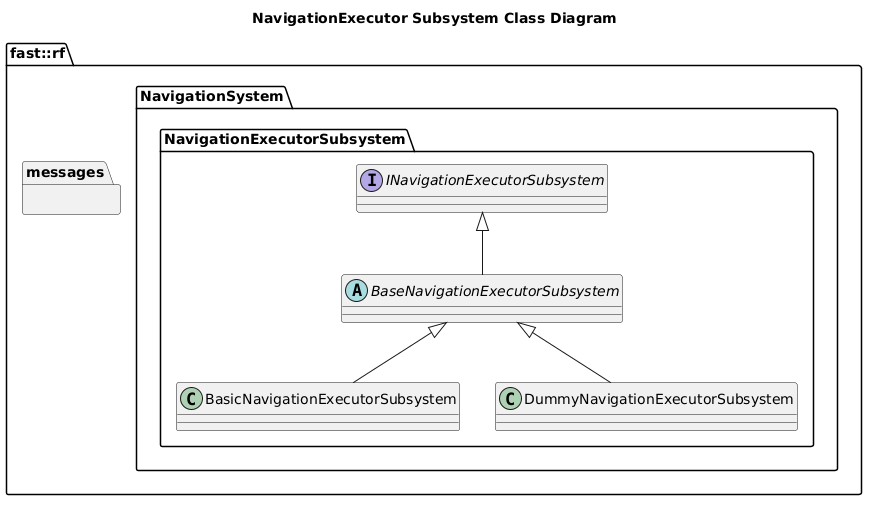
The PlantUML diagram Systems/Navigation/Subsystems/NavigationExecutor/doc/puml/NavigationExecutorSubsystemClassDiagram.png in fastrobotics/robot_framework, before a commit. Source of this version:
```plantuml
@startuml
title NavigationExecutor Subsystem Class Diagram
namespace fast::rf {
  namespace messages {
  }
  namespace NavigationSystem {
    namespace NavigationExecutorSubsystem {
      interface INavigationExecutorSubsystem {

      }
      abstract BaseNavigationExecutorSubsystem {

      }
      BaseNavigationExecutorSubsystem -up-|> INavigationExecutorSubsystem
      class BasicNavigationExecutorSubsystem {
      }
      BasicNavigationExecutorSubsystem -up-|> BaseNavigationExecutorSubsystem
      class DummyNavigationExecutorSubsystem {
      }
      DummyNavigationExecutorSubsystem -up-|> BaseNavigationExecutorSubsystem
    }
  }
}
@enduml
```
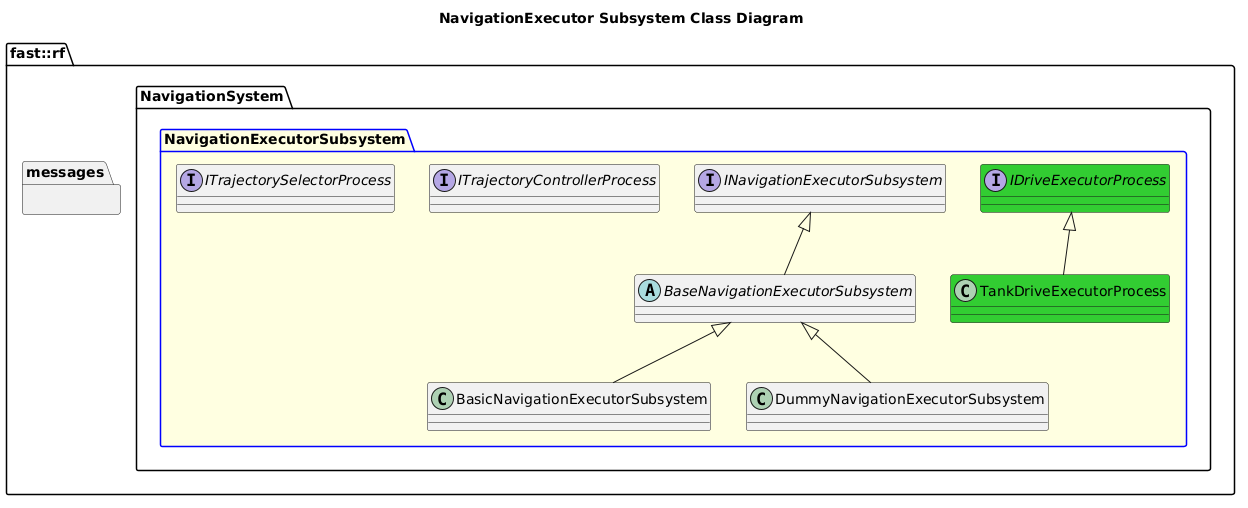
Later version of the same file.

Diff of the diagram source:
```diff
@@ -4,7 +4,7 @@
   namespace messages {
   }
   namespace NavigationSystem {
-    namespace NavigationExecutorSubsystem {
+    package NavigationExecutorSubsystem #LightYellow;line:blue {
       interface INavigationExecutorSubsystem {
 
       }
@@ -18,6 +18,11 @@
       class DummyNavigationExecutorSubsystem {
       }
       DummyNavigationExecutorSubsystem -up-|> BaseNavigationExecutorSubsystem
+      interface IDriveExecutorProcess #LimeGreen
+      class TankDriveExecutorProcess #LimeGreen
+      TankDriveExecutorProcess -up-|> IDriveExecutorProcess
+      interface ITrajectoryControllerProcess
+      interface ITrajectorySelectorProcess
     }
   }
 }
```
